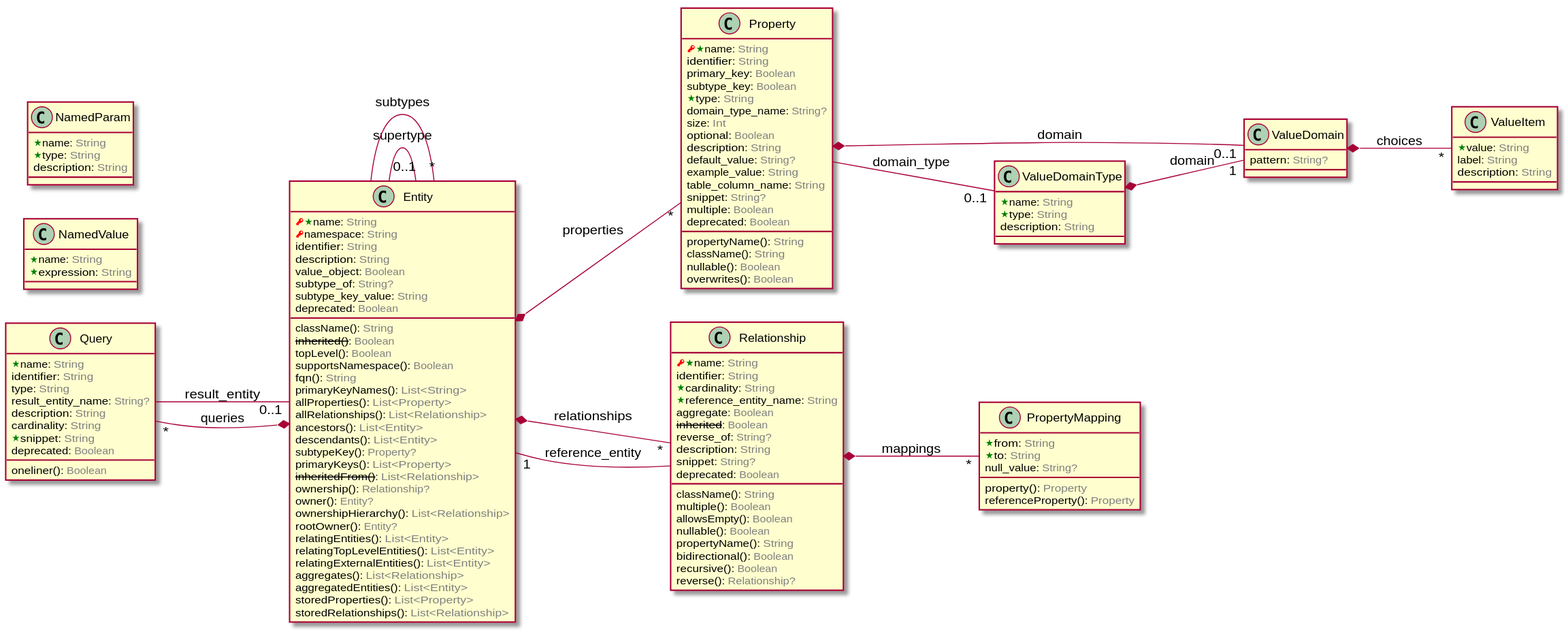
laplacian-core/metamodel keeps this PlantUML diagram as doc/image/model-diagram.svg. Above is the earlier version.
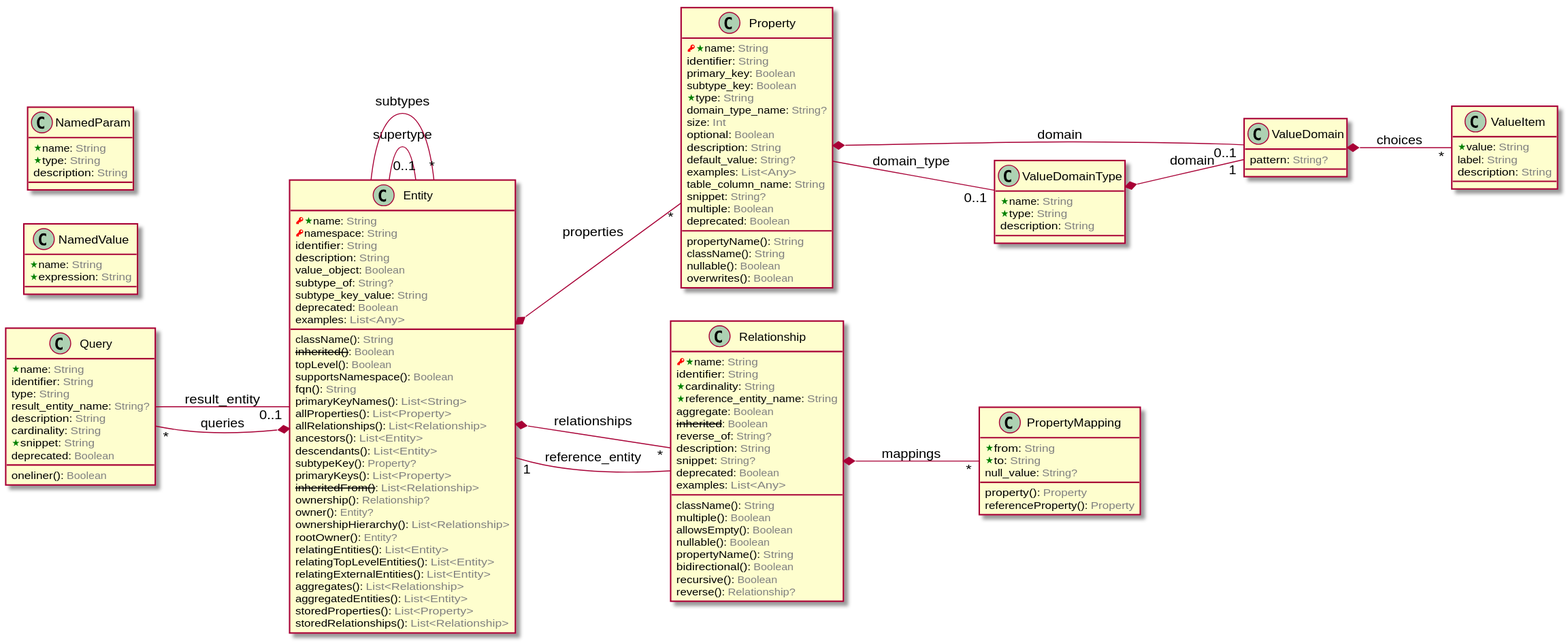
Later version of the same file.

What changed in the source:
```diff
@@ -37,6 +37,7 @@
   fqn(): <color:GRAY>String</color>
   primaryKeyNames(): <color:GRAY>List<String></color>
   deprecated: <color:GRAY>Boolean</color>
+  examples: <color:GRAY>List<Any></color>
   allProperties(): <color:GRAY>List<Property></color>
   allRelationships(): <color:GRAY>List<Relationship></color>
   ancestors(): <color:GRAY>List<Entity></color>
@@ -105,7 +106,7 @@
   optional: <color:GRAY>Boolean</color>
   description: <color:GRAY>String</color>
   default_value: <color:GRAY>String?</color>
-  example_value: <color:GRAY>String</color>
+  examples: <color:GRAY>List<Any></color>
   table_column_name: <color:GRAY>String</color>
   snippet: <color:GRAY>String?</color>
   multiple: <color:GRAY>Boolean</color>
@@ -150,6 +151,7 @@
   bidirectional(): <color:GRAY>Boolean</color>
   recursive(): <color:GRAY>Boolean</color>
   deprecated: <color:GRAY>Boolean</color>
+  examples: <color:GRAY>List<Any></color>
   reverse(): <color:GRAY>Relationship?</color>
 }
 
```
